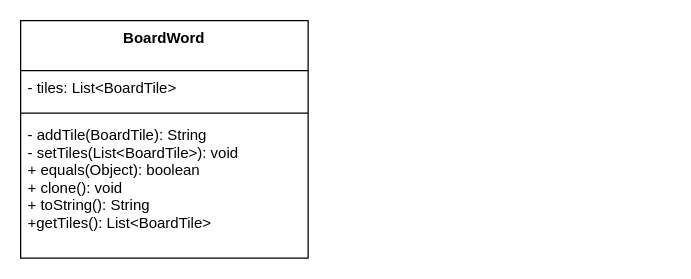
This is UML/ClassDiagrams/Model/BoardWord.drawio from trk20/Scuffle, a draw.io file, before an edit. Source tidied: cells renumbered, new cells numbered last; positions are measured from the earlier drawing's top-left corner, leaving out a move shared by most shapes. Both pictures are drawn from the tidied source at 125%, with x=0, y=0 at pixel (20, 20).
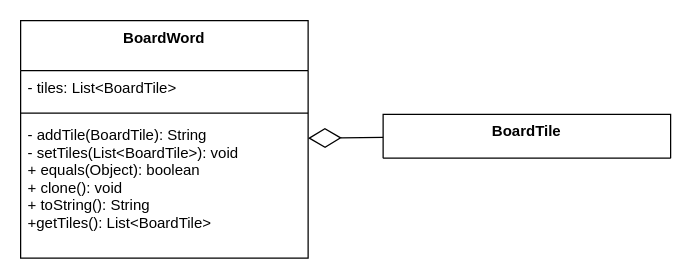
The same page after the edit.

Commit message (it also covers changes not shown here):
Model class diagrams

The edit, as a diff of the source:
```diff
@@
 <mxGraphModel>
   <root>
     <mxCell id="0" />
     <mxCell id="1" parent="0" />
     <mxCell id="2" value="BoardWord" style="swimlane;fontStyle=1;align=center;verticalAlign=top;horizontal=1;startSize=40;" parent="1" vertex="1">
       <mxGeometry width="230" height="190" as="geometry" />
     </mxCell>
     <mxCell id="3" value="- tiles: List&lt;BoardTile&gt;" style="text;strokeColor=none;fillColor=none;align=left;verticalAlign=top;spacingLeft=4;spacingRight=4;overflow=hidden;" parent="2" vertex="1">
       <mxGeometry y="40" width="230" height="30" as="geometry" />
     </mxCell>
     <mxCell id="4" style="line;strokeWidth=1;fillColor=none;align=left;verticalAlign=middle;spacingTop=-1;spacingLeft=3;spacingRight=3;labelPosition=right;" parent="2" vertex="1">
       <mxGeometry y="70" width="230" height="8" as="geometry" />
     </mxCell>
     <mxCell id="5" value="- addTile(BoardTile): String&#10;- setTiles(List&lt;BoardTile&gt;): void&#10;+ equals(Object): boolean&#10;+ clone(): void&#10;+ toString(): String&#10;+getTiles(): List&lt;BoardTile&gt;" style="text;strokeColor=none;fillColor=none;align=left;verticalAlign=top;spacingLeft=4;spacingRight=4;overflow=hidden;" parent="2" vertex="1">
       <mxGeometry y="78" width="230" height="112" as="geometry" />
     </mxCell>
+    <mxCell id="6" value="BoardTile" style="swimlane;fontStyle=1;align=center;verticalAlign=top;horizontal=1;startSize=40;" parent="1" vertex="1">
+      <mxGeometry x="290" y="75" width="230" height="35" as="geometry" />
+    </mxCell>
+    <mxCell id="7" style="endArrow=diamondThin;endFill=0;endSize=24;html=1;rounded=0;" parent="1" edge="1" source="6" target="2">
+      <mxGeometry relative="1" as="geometry" />
+    </mxCell>
   </root>
 </mxGraphModel>
```
